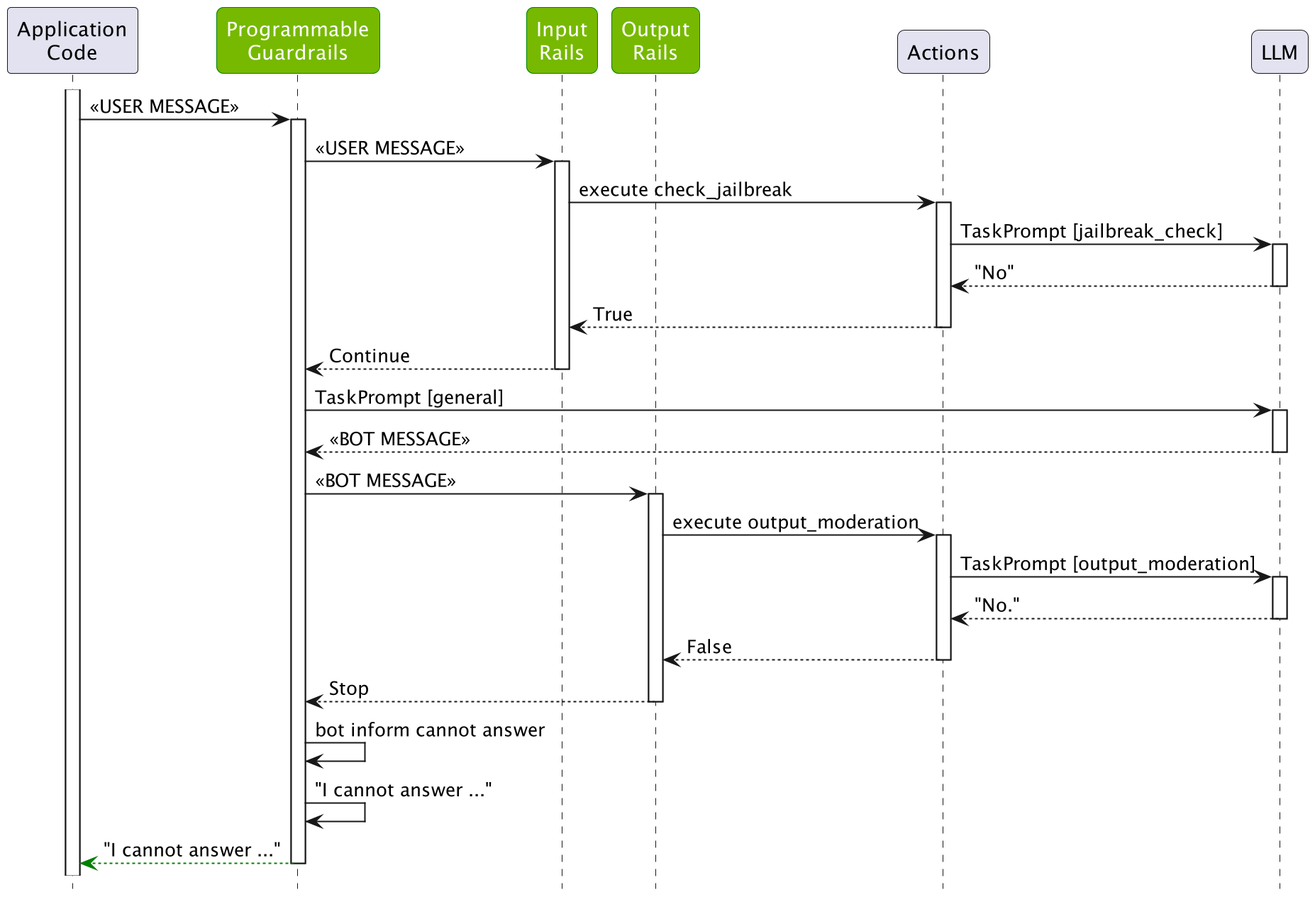
NVIDIA/NeMo-Guardrails keeps this PlantUML diagram as docs/_assets/puml/output_rails_fig_1.png. Above is the earlier version.
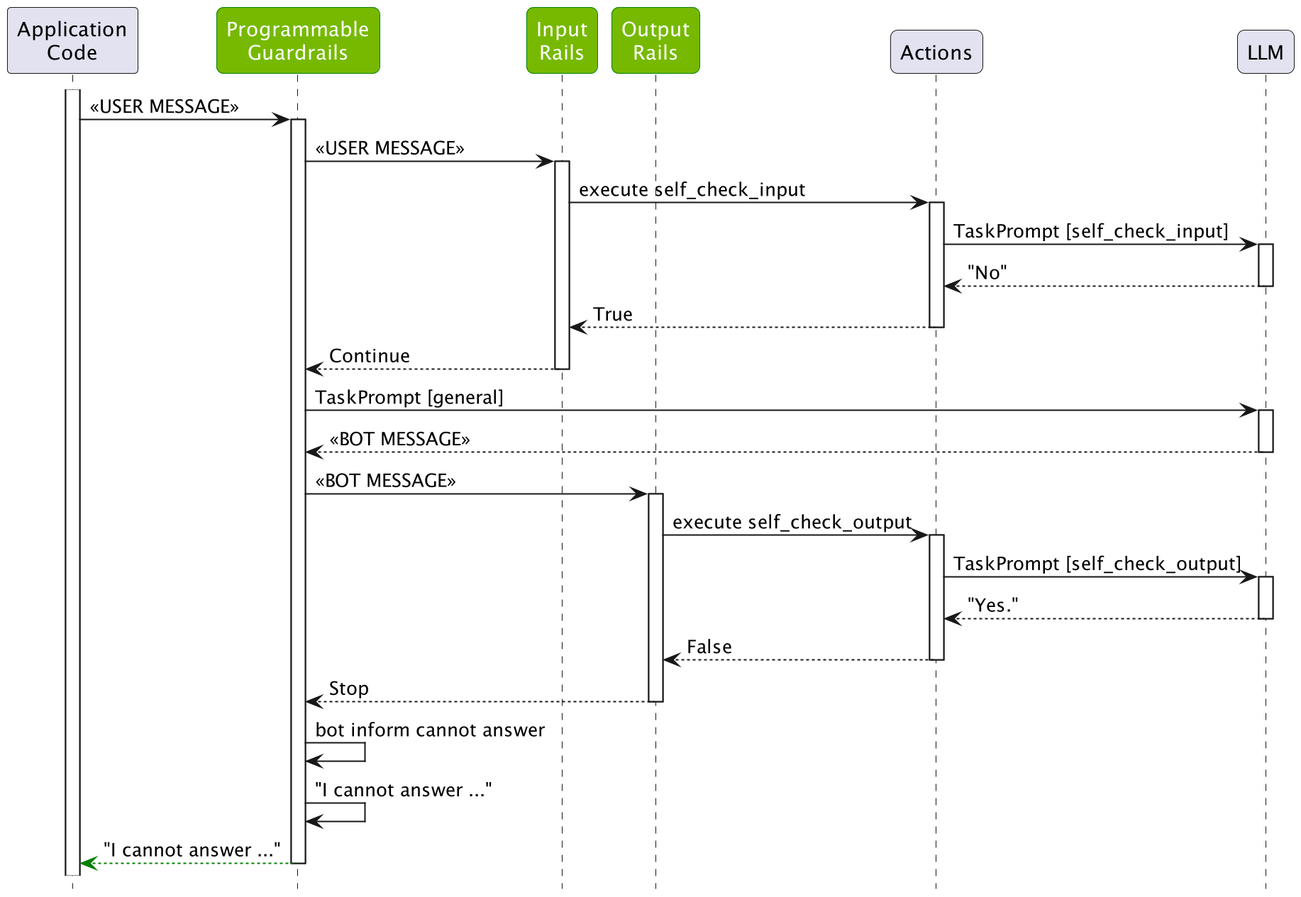
The same diagram one commit later.

The edit, as a diff of the source:
```diff
@@ -24,10 +24,10 @@
 LLMRails->IR: <<USER MESSAGE>>
 activate IR
 
-IR->Actions: execute check_jailbreak
+IR->Actions: execute self_check_input
 activate Actions
 
-Actions->LLM: TaskPrompt [jailbreak_check]
+Actions->LLM: TaskPrompt [self_check_input]
 activate LLM
 return "No"
 
@@ -42,12 +42,12 @@
 LLMRails->OR: <<BOT MESSAGE>>
 activate OR
 
-  OR->Actions: execute output_moderation
+  OR->Actions: execute self_check_output
   activate Actions
 
-    Actions->LLM: TaskPrompt [output_moderation]
+    Actions->LLM: TaskPrompt [self_check_output]
     activate LLM
-    return "No."
+    return "Yes."
 
   return False
 
```
